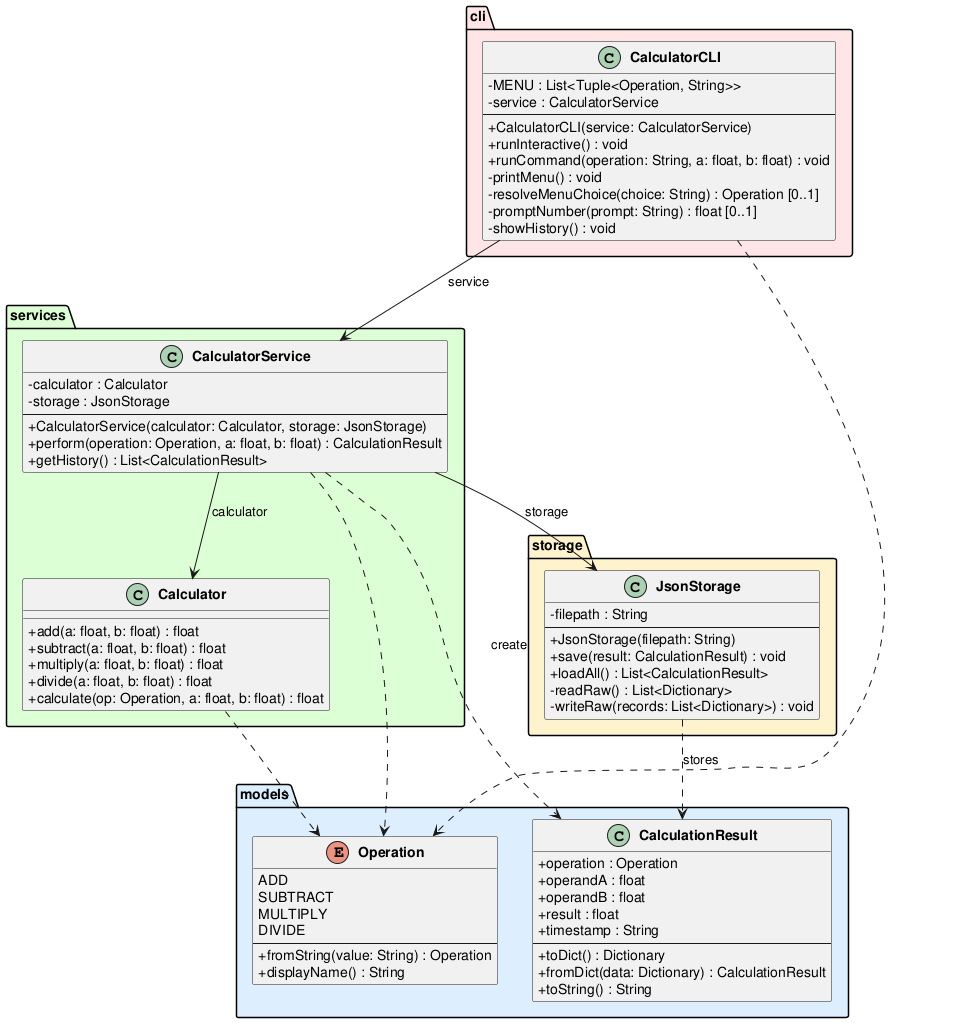
The PlantUML diagram experiments/supervisor_as_tools/test_driven/calculator/artifacts/class_diagram.png in DanielRiha8906/Software_autoevolution_using_agents, before a commit.
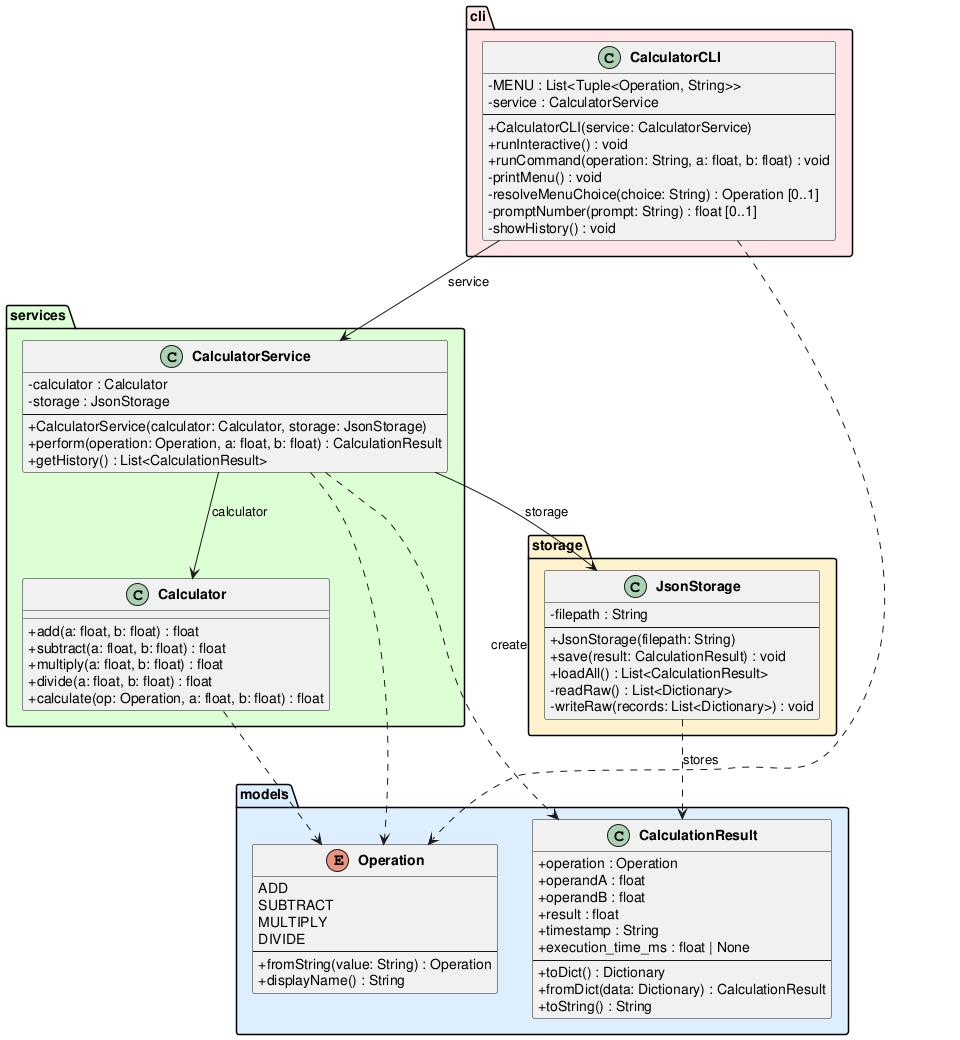
Above is the later version.

Diff of the diagram source:
```diff
@@ -20,6 +20,7 @@
         +operandB : float
         +result : float
         +timestamp : String
+        +execution_time_ms : float | None
         --
         +toDict() : Dictionary
         +fromDict(data: Dictionary) : CalculationResult
```
